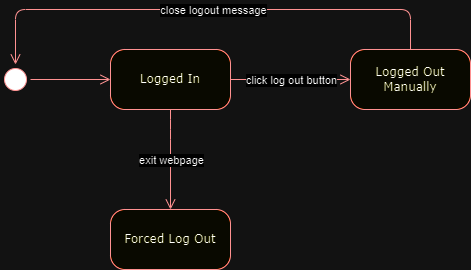
This is Diagrams/UserLogOut.png from DeeB313/Intro-To-SE-Group7, a draw.io export, as it was before one commit. Source tidied: cells renumbered, new cells last; positions are measured from the earlier drawing's top-left corner, leaving out a move shared by most shapes.
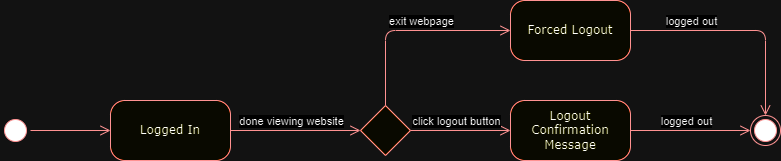
The same file after the commit.

The edit, as a diff of the source:
```diff
@@ -8,46 +8,68 @@
     <mxCell id="3" value="Logged In" style="rounded=1;whiteSpace=wrap;html=1;arcSize=24;fillColor=#ffffc0;strokeColor=#ff0000;shadow=0;comic=0;labelBackgroundColor=none;fontFamily=Verdana;fontSize=12;fontColor=#000000;align=center;" parent="1" vertex="1">
       <mxGeometry x="110" y="40" width="120" height="60" as="geometry" />
     </mxCell>
-    <mxCell id="4" value="Logged Out&lt;br&gt;Manually" style="rounded=1;whiteSpace=wrap;html=1;arcSize=24;fillColor=#ffffc0;strokeColor=#ff0000;shadow=0;comic=0;labelBackgroundColor=none;fontFamily=Verdana;fontSize=12;fontColor=#000000;align=center;" parent="1" vertex="1">
-      <mxGeometry x="350" y="40" width="120" height="60" as="geometry" />
-    </mxCell>
     <mxCell id="5" style="edgeStyle=orthogonalEdgeStyle;html=1;labelBackgroundColor=none;endArrow=open;endSize=8;strokeColor=#ff0000;fontFamily=Verdana;fontSize=12;align=left;" parent="1" edge="1" source="2" target="3">
       <mxGeometry relative="1" as="geometry" />
     </mxCell>
-    <mxCell id="6" style="edgeStyle=orthogonalEdgeStyle;html=1;labelBackgroundColor=none;endArrow=open;endSize=8;strokeColor=#ff0000;fontFamily=Verdana;fontSize=12;align=left;entryX=0;entryY=0.5;exitX=1;exitY=0.5;exitDx=0;exitDy=0;" parent="1" edge="1" source="3" target="4">
-      <mxGeometry relative="1" as="geometry">
-        <Array as="points">
-          <mxPoint x="310" y="70" />
-        </Array>
-      </mxGeometry>
+    <mxCell id="6" style="edgeStyle=orthogonalEdgeStyle;html=1;labelBackgroundColor=none;endArrow=open;endSize=8;strokeColor=#ff0000;fontFamily=Verdana;fontSize=12;align=left;entryX=0;entryY=0.5;exitX=1;exitY=0.5;exitDx=0;exitDy=0;entryDx=0;entryDy=0;" parent="1" edge="1" source="3" target="13">
+      <mxGeometry relative="1" as="geometry" />
     </mxCell>
-    <mxCell id="7" value="click log out button" style="edgeLabel;html=1;align=center;verticalAlign=middle;" parent="6" vertex="1">
-      <mxGeometry relative="1" as="geometry" />
+    <mxCell id="7" value="done viewing website" style="edgeLabel;html=1;align=center;verticalAlign=middle;" parent="6" vertex="1">
+      <mxGeometry relative="1" as="geometry">
+        <mxPoint x="-5" y="-10" as="offset" />
+      </mxGeometry>
     </mxCell>
-    <mxCell id="8" style="edgeStyle=orthogonalEdgeStyle;html=1;labelBackgroundColor=none;endArrow=open;endSize=8;strokeColor=#ff0000;fontFamily=Verdana;fontSize=12;align=left;entryX=0;entryY=0.5;exitX=0.5;exitY=0;exitDx=0;exitDy=0;entryDx=0;entryDy=0;" parent="1" edge="1" source="4" target="2">
-      <mxGeometry relative="1" as="geometry">
-        <Array as="points">
-          <mxPoint x="410" />
-          <mxPoint x="15" />
-        </Array>
-      </mxGeometry>
-    </mxCell>
-    <mxCell id="9" value="close logout message" style="edgeLabel;html=1;align=center;verticalAlign=middle;" parent="8" vertex="1">
-      <mxGeometry x="-0.03" relative="1" as="geometry" />
-    </mxCell>
-    <mxCell id="10" style="edgeStyle=orthogonalEdgeStyle;html=1;labelBackgroundColor=none;endArrow=open;endSize=8;strokeColor=#ff0000;fontFamily=Verdana;fontSize=12;align=left;exitX=0.5;exitY=1;exitDx=0;exitDy=0;entryX=0.5;entryY=0;entryDx=0;entryDy=0;" parent="1" edge="1" source="3" target="12">
-      <mxGeometry relative="1" as="geometry">
-        <Array as="points">
-          <mxPoint x="170" y="120" />
-          <mxPoint x="170" y="120" />
-        </Array>
-      </mxGeometry>
+    <mxCell id="10" style="edgeStyle=orthogonalEdgeStyle;html=1;labelBackgroundColor=none;endArrow=open;endSize=8;strokeColor=#ff0000;fontFamily=Verdana;fontSize=12;align=left;exitX=1;exitY=0.5;exitDx=0;exitDy=0;entryX=0;entryY=0.5;entryDx=0;entryDy=0;" parent="1" edge="1" source="13" target="17">
+      <mxGeometry relative="1" as="geometry" />
     </mxCell>
-    <mxCell id="11" value="exit webpage" style="edgeLabel;html=1;align=center;verticalAlign=middle;" parent="10" vertex="1">
-      <mxGeometry relative="1" as="geometry" />
+    <mxCell id="11" value="click logout button" style="edgeLabel;html=1;align=center;verticalAlign=middle;" parent="10" vertex="1">
+      <mxGeometry relative="1" as="geometry">
+        <mxPoint x="-5" y="-10" as="offset" />
+      </mxGeometry>
     </mxCell>
-    <mxCell id="12" value="Forced Log Out" style="rounded=1;whiteSpace=wrap;html=1;arcSize=24;fillColor=#ffffc0;strokeColor=#ff0000;shadow=0;comic=0;labelBackgroundColor=none;fontFamily=Verdana;fontSize=12;fontColor=#000000;align=center;" parent="1" vertex="1">
-      <mxGeometry x="110" y="200" width="120" height="60" as="geometry" />
-    </mxCell>
+    <mxCell id="13" style="rhombus;whiteSpace=wrap;html=1;fontColor=#000000;fillColor=#ffffc0;strokeColor=#ff0000;" parent="1" vertex="1">
+      <mxGeometry x="360" y="45" width="50" height="50" as="geometry" />
+    </mxCell>
+    <mxCell id="14" style="ellipse;html=1;shape=endState;fillColor=#000000;strokeColor=#ff0000;" parent="1" vertex="1">
+      <mxGeometry x="750" y="55" width="30" height="30" as="geometry" />
+    </mxCell>
+    <mxCell id="15" style="edgeStyle=orthogonalEdgeStyle;html=1;labelBackgroundColor=none;endArrow=open;endSize=8;strokeColor=#ff0000;fontFamily=Verdana;fontSize=12;align=left;exitX=0.5;exitY=0;exitDx=0;exitDy=0;entryX=0;entryY=0.5;entryDx=0;entryDy=0;" parent="1" edge="1" source="13" target="20">
+      <mxGeometry relative="1" as="geometry">
+        <Array as="points">
+          <mxPoint x="385" y="-30" />
+        </Array>
+      </mxGeometry>
+    </mxCell>
+    <mxCell id="16" value="exit webpage" style="edgeLabel;html=1;align=center;verticalAlign=middle;" parent="15" vertex="1">
+      <mxGeometry relative="1" as="geometry">
+        <mxPoint x="10" y="-10" as="offset" />
+      </mxGeometry>
+    </mxCell>
+    <mxCell id="17" value="Logout Confirmation Message" style="rounded=1;whiteSpace=wrap;html=1;arcSize=24;fillColor=#ffffc0;strokeColor=#ff0000;shadow=0;comic=0;labelBackgroundColor=none;fontFamily=Verdana;fontSize=12;fontColor=#000000;align=center;" parent="1" vertex="1">
+      <mxGeometry x="510" y="40" width="120" height="60" as="geometry" />
+    </mxCell>
+    <mxCell id="18" style="edgeStyle=orthogonalEdgeStyle;html=1;labelBackgroundColor=none;endArrow=open;endSize=8;strokeColor=#ff0000;fontFamily=Verdana;fontSize=12;align=left;exitX=1;exitY=0.5;exitDx=0;exitDy=0;entryX=0;entryY=0.5;entryDx=0;entryDy=0;" parent="1" edge="1" source="17" target="14">
+      <mxGeometry relative="1" as="geometry" />
+    </mxCell>
+    <mxCell id="19" value="logged out" style="edgeLabel;html=1;align=center;verticalAlign=middle;" parent="18" vertex="1">
+      <mxGeometry relative="1" as="geometry">
+        <mxPoint x="-5" y="-10" as="offset" />
+      </mxGeometry>
+    </mxCell>
+    <mxCell id="20" value="Forced Logout" style="rounded=1;whiteSpace=wrap;html=1;arcSize=24;fillColor=#ffffc0;strokeColor=#ff0000;shadow=0;comic=0;labelBackgroundColor=none;fontFamily=Verdana;fontSize=12;fontColor=#000000;align=center;" parent="1" vertex="1">
+      <mxGeometry x="510" y="-60" width="120" height="60" as="geometry" />
+    </mxCell>
+    <mxCell id="21" style="edgeStyle=orthogonalEdgeStyle;html=1;labelBackgroundColor=none;endArrow=open;endSize=8;strokeColor=#ff0000;fontFamily=Verdana;fontSize=12;align=left;exitX=1;exitY=0.5;exitDx=0;exitDy=0;entryX=0.5;entryY=0;entryDx=0;entryDy=0;" parent="1" edge="1" source="20" target="14">
+      <mxGeometry relative="1" as="geometry">
+        <Array as="points">
+          <mxPoint x="765" y="-30" />
+        </Array>
+      </mxGeometry>
+    </mxCell>
+    <mxCell id="22" value="logged out" style="edgeLabel;html=1;align=center;verticalAlign=middle;" parent="21" vertex="1">
+      <mxGeometry relative="1" as="geometry">
+        <mxPoint x="-50" y="-10" as="offset" />
+      </mxGeometry>
+    </mxCell>
   </root>
 </mxGraphModel>
```
